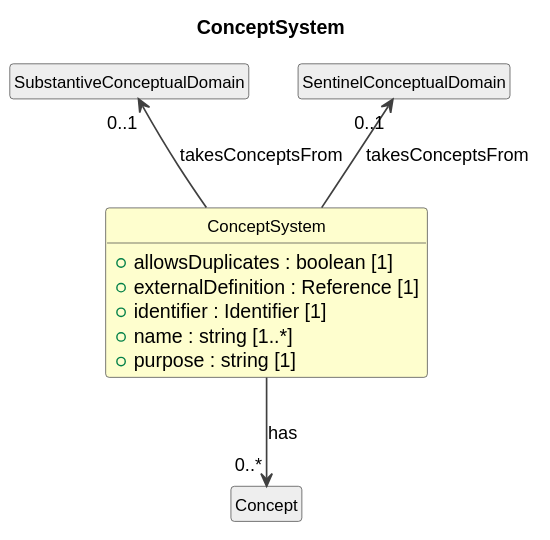
The PlantUML diagram cdif-uml-model/_plantuml/cdifDataStructure/Classes/ConceptSystem.svg in Cross-Domain-Interoperability-Framework/metadataBuildingBlocks, before a commit.
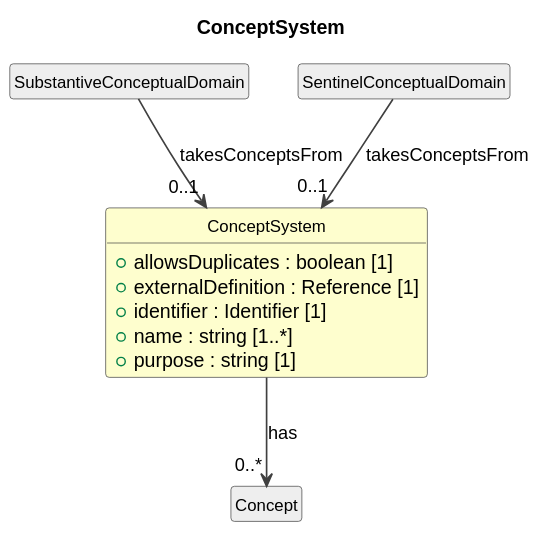
Later version of the same file.

The edit, as a diff of the source:
```diff
@@ -20,7 +20,7 @@
 class "Concept" as Concept #EEEEEE
 ConceptSystem --> "0..*" Concept : has
 class "SubstantiveConceptualDomain" as SubstantiveConceptualDomain #EEEEEE
-SubstantiveConceptualDomain "0..1" <-- ConceptSystem : takesConceptsFrom
+SubstantiveConceptualDomain --> "0..1" ConceptSystem : takesConceptsFrom
 class "SentinelConceptualDomain" as SentinelConceptualDomain #EEEEEE
-SentinelConceptualDomain "0..1" <-- ConceptSystem : takesConceptsFrom
+SentinelConceptualDomain --> "0..1" ConceptSystem : takesConceptsFrom
 @enduml
```
